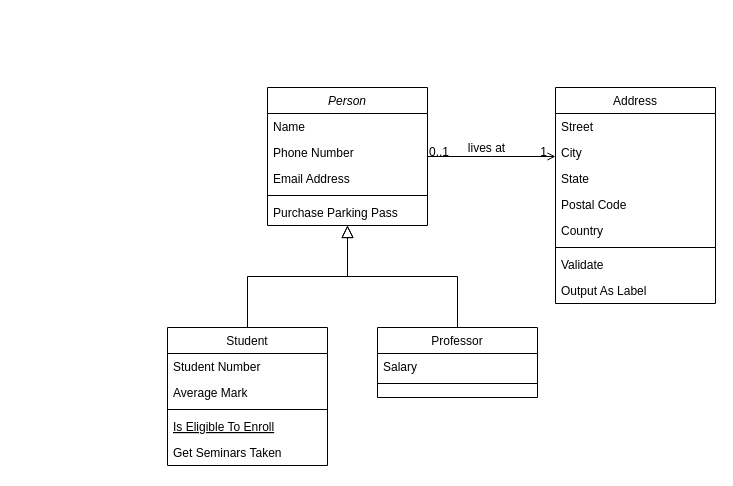
The draw.io diagram Untitled Diagram.drawio in TrungNgoVan/Project_SMSystem, before the edit. Source tidied: cells renumbered, new cells numbered last; positions are measured from the earlier drawing's top-left corner, leaving out a move shared by most shapes. Both pictures are drawn from the tidied source at 100%, with x=0, y=0 at pixel (167, 87).
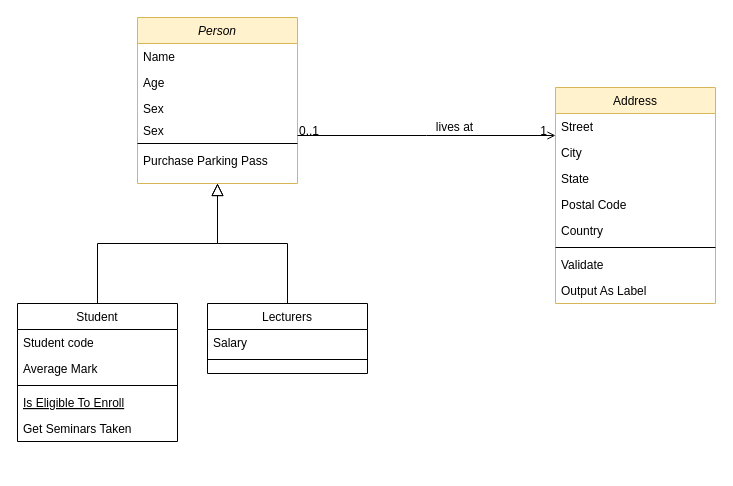
The same diagram, later.

The edit, as a diff of the source:
```diff
@@
-    <mxCell id="2" value="Person" style="swimlane;fontStyle=2;align=center;verticalAlign=top;horizontal=1;startSize=26;rounded=0;shadow=0;strokeWidth=1;" parent="1" vertex="1">
-      <mxGeometry x="100" width="160" height="138" as="geometry" />
+    <mxCell id="2" value="Person" style="swimlane;fontStyle=2;align=center;verticalAlign=top;horizontal=1;startSize=26;rounded=0;shadow=0;strokeWidth=1;fillColor=#fff2cc;strokeColor=#d6b656;" parent="1" vertex="1">
+      <mxGeometry x="-30" y="-70" width="160" height="166" as="geometry" />
     </mxCell>
@@
-    <mxCell id="4" value="Phone Number" style="text;align=left;verticalAlign=top;spacingLeft=4;spacingRight=4;overflow=hidden;rounded=0;shadow=0;html=0;" parent="2" vertex="1">
+    <mxCell id="4" value="Age" style="text;align=left;verticalAlign=top;spacingLeft=4;spacingRight=4;overflow=hidden;rounded=0;shadow=0;html=0;" parent="2" vertex="1">
       <mxGeometry y="52" width="160" height="26" as="geometry" />
     </mxCell>
-    <mxCell id="5" value="Email Address" style="text;align=left;verticalAlign=top;spacingLeft=4;spacingRight=4;overflow=hidden;rounded=0;shadow=0;html=0;" parent="2" vertex="1">
+    <mxCell id="5" value="Sex" style="text;align=left;verticalAlign=middle;spacingLeft=4;spacingRight=4;overflow=hidden;rounded=0;shadow=0;html=0;" parent="2" vertex="1">
       <mxGeometry y="78" width="160" height="26" as="geometry" />
     </mxCell>
+    <mxCell id="32" value="Sex" style="text;align=left;verticalAlign=middle;spacingLeft=4;spacingRight=4;overflow=hidden;rounded=0;shadow=0;html=0;" parent="2" vertex="1">
+      <mxGeometry y="104" width="160" height="18" as="geometry" />
+    </mxCell>
     <mxCell id="6" style="line;html=1;strokeWidth=1;align=left;verticalAlign=middle;spacingTop=-1;spacingLeft=3;spacingRight=3;labelPosition=right;" parent="2" vertex="1">
-      <mxGeometry y="104" width="160" height="8" as="geometry" />
+      <mxGeometry y="122" width="160" height="8" as="geometry" />
     </mxCell>
     <mxCell id="7" value="Purchase Parking Pass" style="text;align=left;verticalAlign=top;spacingLeft=4;spacingRight=4;overflow=hidden;" parent="2" vertex="1">
-      <mxGeometry y="112" width="160" height="26" as="geometry" />
+      <mxGeometry y="130" width="160" height="16" as="geometry" />
     </mxCell>
     <mxCell id="8" value="Student" style="swimlane;fontStyle=0;align=center;verticalAlign=top;horizontal=1;startSize=26;rounded=0;shadow=0;strokeWidth=1;" parent="1" vertex="1">
-      <mxGeometry y="240" width="160" height="138" as="geometry" />
+      <mxGeometry x="-150" y="216" width="160" height="138" as="geometry" />
     </mxCell>
-    <mxCell id="9" value="Student Number" style="text;align=left;verticalAlign=top;spacingLeft=4;spacingRight=4;overflow=hidden;" parent="8" vertex="1">
+    <mxCell id="9" value="Student code" style="text;align=left;verticalAlign=top;spacingLeft=4;spacingRight=4;overflow=hidden;" parent="8" vertex="1">
       <mxGeometry y="26" width="160" height="26" as="geometry" />
     </mxCell>
@@
-    <mxCell id="15" value="Professor" style="swimlane;fontStyle=0;align=center;verticalAlign=top;horizontal=1;startSize=26;rounded=0;shadow=0;strokeWidth=1;" parent="1" vertex="1">
-      <mxGeometry x="210" y="240" width="160" height="70" as="geometry" />
+    <mxCell id="15" value="Lecturers" style="swimlane;fontStyle=0;align=center;verticalAlign=top;horizontal=1;startSize=26;rounded=0;shadow=0;strokeWidth=1;" parent="1" vertex="1">
+      <mxGeometry x="40" y="216" width="160" height="70" as="geometry" />
     </mxCell>
@@
-    <mxCell id="19" value="Address" style="swimlane;fontStyle=0;align=center;verticalAlign=top;horizontal=1;startSize=26;rounded=0;shadow=0;strokeWidth=1;" parent="1" vertex="1">
+    <mxCell id="19" value="Address" style="swimlane;fontStyle=0;align=center;verticalAlign=top;horizontal=1;startSize=26;rounded=0;shadow=0;strokeWidth=1;fillColor=#fff2cc;strokeColor=#d6b656;" parent="1" vertex="1">
       <mxGeometry x="388" width="160" height="216" as="geometry" />
     </mxCell>
```
